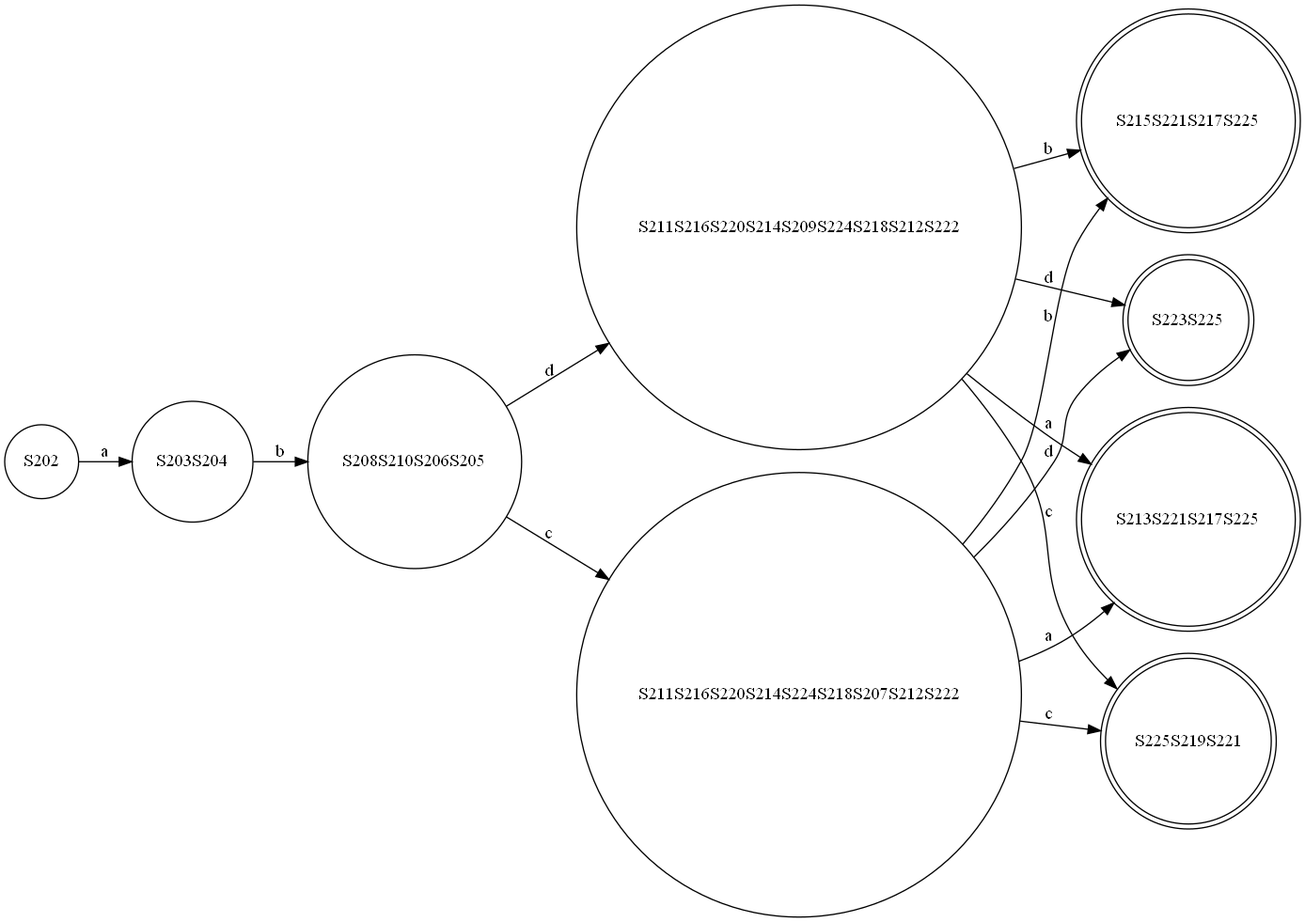
The Graphviz diagram finalCode/test-output/round-table.gv.png in abdelazizSalah/RegExp_NFA_DFA_DFAMinimization, before a commit. Its source is kept beside it as finalCode/test-output/round-table.gv.
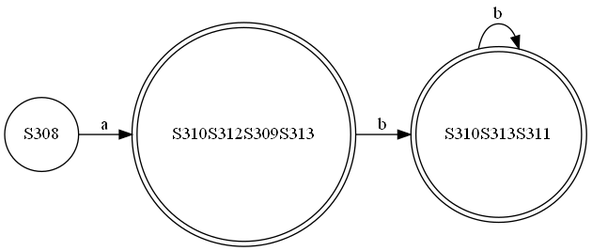
Above is the later version.

Change to the diagram source:
```diff
@@ -1,24 +1,9 @@
 digraph {
 	graph [rankdir=LR]
-	S202 [label=S202 shape=circle]
-	S202 -> S203S204 [label=a]
-	S203S204 [label=S203S204 shape=circle]
-	S203S204 -> S208S210S206S205 [label=b]
-	S208S210S206S205 [label=S208S210S206S205 shape=circle]
-	S208S210S206S205 -> S211S216S220S214S209S224S218S212S222 [label=d]
-	S208S210S206S205 -> S211S216S220S214S224S218S207S212S222 [label=c]
-	S211S216S220S214S209S224S218S212S222 [label=S211S216S220S214S209S224S218S212S222 shape=circle]
-	S211S216S220S214S209S224S218S212S222 -> S215S221S217S225 [label=b]
-	S211S216S220S214S209S224S218S212S222 -> S225S219S221 [label=c]
-	S211S216S220S214S209S224S218S212S222 -> S213S221S217S225 [label=a]
-	S211S216S220S214S209S224S218S212S222 -> S223S225 [label=d]
-	S211S216S220S214S224S218S207S212S222 [label=S211S216S220S214S224S218S207S212S222 shape=circle]
-	S211S216S220S214S224S218S207S212S222 -> S215S221S217S225 [label=b]
-	S211S216S220S214S224S218S207S212S222 -> S225S219S221 [label=c]
-	S211S216S220S214S224S218S207S212S222 -> S213S221S217S225 [label=a]
-	S211S216S220S214S224S218S207S212S222 -> S223S225 [label=d]
-	S215S221S217S225 [label=S215S221S217S225 shape=doublecircle]
-	S225S219S221 [label=S225S219S221 shape=doublecircle]
-	S213S221S217S225 [label=S213S221S217S225 shape=doublecircle]
-	S223S225 [label=S223S225 shape=doublecircle]
+	S308 [label=S308 shape=circle]
+	S308 -> S310S312S309S313 [label=a]
+	S310S312S309S313 [label=S310S312S309S313 shape=doublecircle]
+	S310S312S309S313 -> S310S313S311 [label=b]
+	S310S313S311 [label=S310S313S311 shape=doublecircle]
+	S310S313S311 -> S310S313S311 [label=b]
 }
```
